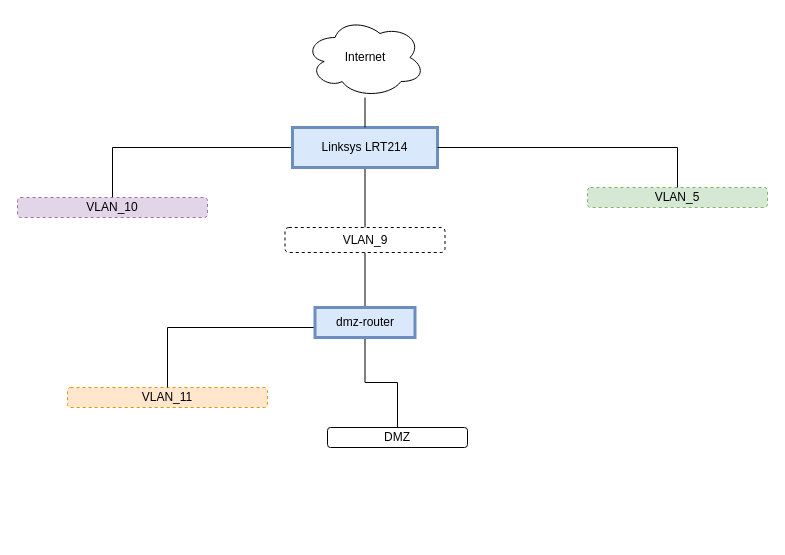
Above: Experiments.drawio in jakobum/draw.io (draw.io), before the change. Source tidied: cells renumbered, new cells numbered last; positions are measured from the earlier drawing's top-left corner, leaving out a move shared by most shapes. Both pictures are drawn from the tidied source at 100%, with x=0, y=0 at pixel (17, 17).
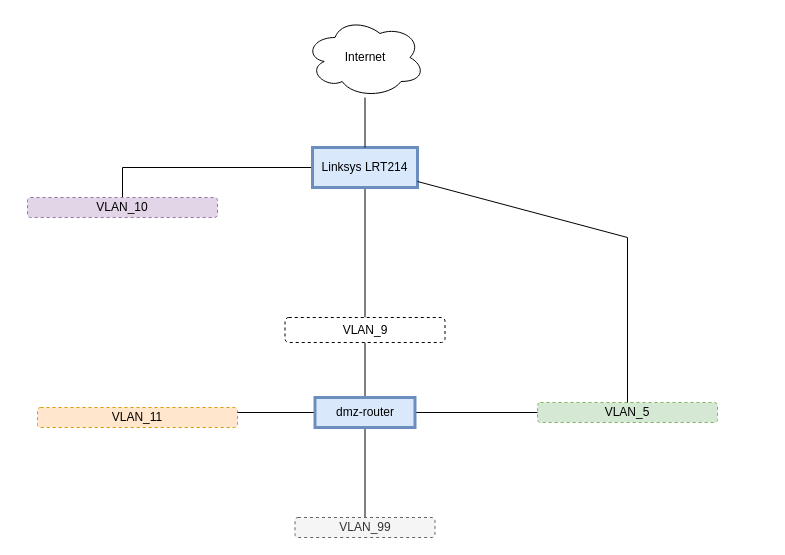
The same diagram, later.

The edit, as a diff of the source:
```diff
@@
     <mxCell id="5" value="Linksys&amp;nbsp;LRT214" style="rounded=0;whiteSpace=wrap;html=1;fillColor=#dae8fc;strokeColor=#6c8ebf;strokeWidth=3;" parent="1" vertex="1">
-      <mxGeometry x="275" y="110" width="145" height="40" as="geometry" />
+      <mxGeometry x="295" y="130" width="105" height="40" as="geometry" />
     </mxCell>
@@
     <mxCell id="7" value="&lt;div&gt;VLAN_5&lt;/div&gt;" style="rounded=1;whiteSpace=wrap;html=1;fillColor=#d5e8d4;strokeColor=#82b366;dashed=1;" parent="1" vertex="1">
-      <mxGeometry x="570" y="170" width="180" height="20" as="geometry" />
+      <mxGeometry x="520" y="385" width="180" height="20" as="geometry" />
     </mxCell>
     <mxCell id="8" style="endArrow=none;html=1;rounded=0;" parent="1" edge="1" source="7" target="5">
       <mxGeometry relative="1" as="geometry">
         <Array as="points">
-          <mxPoint x="660" y="130" />
+          <mxPoint x="610" y="220" />
         </Array>
       </mxGeometry>
     </mxCell>
     <mxCell id="9" value="VLAN_10" style="rounded=1;whiteSpace=wrap;html=1;fillColor=#e1d5e7;strokeColor=#9673a6;gradientColor=none;dashed=1;" parent="1" vertex="1">
-      <mxGeometry y="180" width="190" height="20" as="geometry" />
+      <mxGeometry x="10" y="180" width="190" height="20" as="geometry" />
     </mxCell>
     <mxCell id="10" value="VLAN_11" style="rounded=1;whiteSpace=wrap;html=1;fillColor=#ffe6cc;strokeColor=#d79b00;dashed=1;" parent="1" vertex="1">
-      <mxGeometry x="50" y="370" width="200" height="20" as="geometry" />
+      <mxGeometry x="20" y="390" width="200" height="20" as="geometry" />
     </mxCell>
@@
     <mxCell id="12" value="VLAN_9" style="rounded=1;whiteSpace=wrap;html=1;dashed=1;" parent="1" vertex="1">
-      <mxGeometry x="267.5" y="210" width="160" height="25" as="geometry" />
+      <mxGeometry x="267.5" y="300" width="160" height="25" as="geometry" />
     </mxCell>
     <mxCell id="13" style="edgeStyle=orthogonalEdgeStyle;rounded=0;jettySize=auto;html=1;endArrow=none;endFill=0;" parent="1" edge="1" source="15" target="10">
       <mxGeometry relative="1" as="geometry">
         <Array as="points">
-          <mxPoint x="150" y="310" />
+          <mxPoint x="150" y="400" />
         </Array>
       </mxGeometry>
     </mxCell>
@@
+    <mxCell id="17" style="edgeStyle=orthogonalEdgeStyle;rounded=0;jettySize=auto;html=1;endArrow=none;endFill=0;" parent="1" edge="1" source="15" target="7">
+      <mxGeometry relative="1" as="geometry" />
+    </mxCell>
     <mxCell id="15" value="dmz-router" style="rounded=0;whiteSpace=wrap;html=1;strokeWidth=3;fillColor=#dae8fc;strokeColor=#6c8ebf;" parent="1" vertex="1">
-      <mxGeometry x="297.5" y="290" width="100" height="30" as="geometry" />
+      <mxGeometry x="297.5" y="380" width="100" height="30" as="geometry" />
     </mxCell>
-    <mxCell id="16" value="DMZ" style="rounded=1;whiteSpace=wrap;html=1;" parent="1" vertex="1">
-      <mxGeometry x="310" y="410" width="140" height="20" as="geometry" />
+    <mxCell id="16" value="&lt;div&gt;VLAN_99&lt;/div&gt;" style="rounded=1;whiteSpace=wrap;html=1;dashed=1;fillColor=#f5f5f5;fontColor=#333333;strokeColor=#666666;" parent="1" vertex="1">
+      <mxGeometry x="277.5" y="500" width="140" height="20" as="geometry" />
     </mxCell>
```
